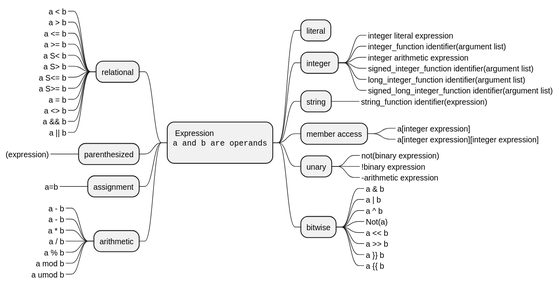
Above: csharp-syntax-mindmap/expressions.svg in alvaroyurrita/vscode-crestron-splus (PlantUML), before the change.
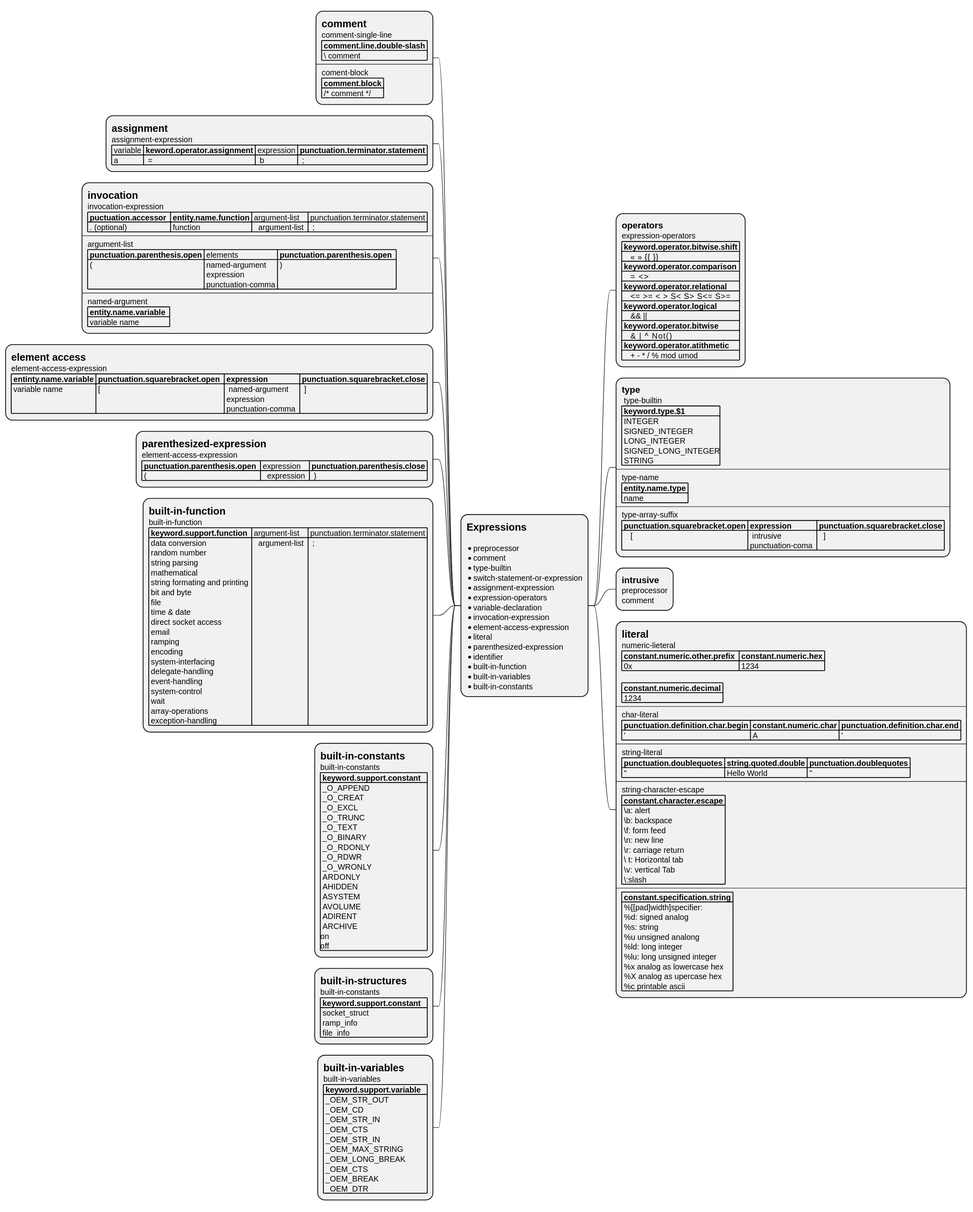
The same file after the commit.

The edit, as a diff of the source:
```diff
@@ -1,58 +1,139 @@
 @startmindmap
-*: Expression
-<code>
-a and b are operands
-</code>
-;
-++ literal
-++ integer
-+++_ integer literal expression
-+++_ integer_function identifier(argument list)
-+++_ integer arithmetic expression
-+++_ signed_integer_function identifier(argument list)
-+++_ long_integer_function identifier(argument list)
-+++_ signed_long_integer_function identifier(argument list)
-++ string
-+++_ string_function identifier(expression)
-++ member access
-+++_ a[integer expression]
-+++_ a[integer expression][integer expression]
-++ unary
-+++_ not(binary expression)
-+++_ !binary expression
-+++_ -arithmetic expression
-++ bitwise
-+++_ a & b
-+++_ a | b
-+++_ a ^ b
-+++_ Not(a)
-+++_ a << b
-+++_ a >> b
-+++_ a }} b
-+++_ a {{ b
--- relational
----_ a < b
----_ a > b
----_ a <= b
----_ a >= b
----_ a S< b
----_ a S> b
----_ a S<= b
----_ a S>= b
----_ a = b
----_ a <> b
----_ a && b
----_ a || b
--- parenthesized
----_ (expression)
--- assignment
----_ a=b
--- arithmetic
----_ a - b
----_ a - b
----_ a * b
----_ a / b
----_ a % b
----_ a mod b
----_ a umod b
+*:= Expressions
+
+* preprocessor
+* comment
+* type-builtin
+* switch-statement-or-expression
+* assignment-expression
+* expression-operators
+* variable-declaration
+* invocation-expression
+* element-access-expression
+* literal
+* parenthesized-expression
+* identifier
+* built-in-function
+* built-in-variables
+* built-in-constants;
+
+**:== operators
+expression-operators
+|= keyword.operator.bitwise.shift |
+|    <<  >> {{  }}|
+|= keyword.operator.comparison |
+|    =  <> |
+|= keyword.operator.relational |
+|    <=  >=  <  >  S< S> S<= S>= |
+|= keyword.operator.logical |
+|    && <U+007c><U+007c> |
+|= keyword.operator.bitwise |
+|    &  <U+007c>  ^  Not() |
+|= keyword.operator.atithmetic |
+|    + - * / % mod umod |;
+
+
+**:== type
+ type-builtin
+|= keyword.type.$1 |
+| INTEGER\n SIGNED_INTEGER\n LONG_INTEGER\n SIGNED_LONG_INTEGER\n STRING |
+----
+type-name
+|= entity.name.type |
+| name |
+----
+type-array-suffix
+|= punctuation.squarebracket.open |= expression |= punctuation.squarebracket.close |
+|    [     |  intrusive \n punctuation-coma  |   ]  |;
+
+
+**:== intrusive
+preprocessor
+comment;
+
+**:= literal
+numeric-lieteral
+|= constant.numeric.other.prefix  |= constant.numeric.hex |
+| 0x | 1234 |
+
+|= constant.numeric.decimal |
+| 1234 |
+----
+char-literal
+|= punctuation.definition.char.begin |= constant.numeric.char |= punctuation.definition.char.end |
+| ' | A | ' |
+----
+string-literal
+|= punctuation.doublequotes |= string.quoted.double |= punctuation.doublequotes |
+| " | Hello World | " |
+----
+string-character-escape
+|= constant.character.escape |
+| \\a: alert \n \\b: backspace \n \\f: form feed \n \\n: new line \n \\r: carriage return \n \\ t: Horizontal tab \n \\v: vertical Tab \n \:slash  |
+----
+|= constant.specification.string |
+| %[[pad]width]specifier: \n %d: signed analog \n %s: string \n %u unsigned analong \n %ld: long integer \n %lu: long unsigned integer \n %x analog as lowercase hex \n %X analog as upercase hex \n %c printable ascii |;
+
+
+
+left side
+
+**:= comment
+comment-single-line
+|= comment.line.double-slash |
+| \\ comment |
+----
+coment-block
+|= comment.block |
+| /* comment */ |;
+
+
+**:= assignment
+assignment-expression
+| variable |= keword.operator.assignment | expression |= punctuation.terminator.statement |
+| a  |  =  |  b  |  ;  |;
+
+**:= invocation
+invocation-expression
+|= puctuation.accessor  |= entity.name.function | argument-list | punctuation.terminator.statement |
+| . (optional) | function  |   argument-list  |  ;  |
+----
+argument-list
+|= punctuation.parenthesis.open | elements |= punctuation.parenthesis.open  |
+| (  | named-argument \n expression \n punctuation-comma | )  |
+----
+named-argument
+|= entity.name.variable  |
+| variable name |;
+
+**:= element access
+element-access-expression
+|= entinty.name.variable |= punctuation.squarebracket.open  |= expression  |= punctuation.squarebracket.close |
+| variable name | [  |  named-argument \n expression \n punctuation-comma  |  ]  |;
+
+**:= parenthesized-expression
+element-access-expression
+|= punctuation.parenthesis.open  | expression  |= punctuation.parenthesis.close |
+| ( |   expression  |  )  |;
+
+**:= built-in-function
+built-in-function
+|= keyword.support.function  | argument-list | punctuation.terminator.statement |
+| data conversion\n random number\n string parsing\n mathematical\n string formating and printing\n bit and byte\n file\n time & date\n direct socket access\n email\n ramping\n encoding\n system-interfacing\n delegate-handling\n event-handling\n system-control\n wait\n array-operations\n exception-handling  |   argument-list  |  ;  |;
+
+**:= built-in-constants
+built-in-constants
+|= keyword.support.constant   |
+| _O_APPEND\n _O_CREAT\n _O_EXCL\n _O_TRUNC\n _O_TEXT\n _O_BINARY\n _O_RDONLY\n _O_RDWR\n _O_WRONLY\n ARDONLY\n AHIDDEN\n ASYSTEM\n AVOLUME\n ADIRENT\n ARCHIVE\non \noff |;
+
+**:= built-in-structures
+built-in-constants
+|= keyword.support.constant   |
+| socket_struct\n ramp_info\n file_info|;
+
+**:= built-in-variables
+built-in-variables
+|= keyword.support.variable   |
+| _OEM_STR_OUT\n _OEM_CD\n _OEM_STR_IN\n _OEM_CTS\n _OEM_STR_IN\n _OEM_MAX_STRING \n _OEM_LONG_BREAK\n _OEM_CTS\n _OEM_BREAK \n _OEM_DTR |;
+
 @endmindmap
```
